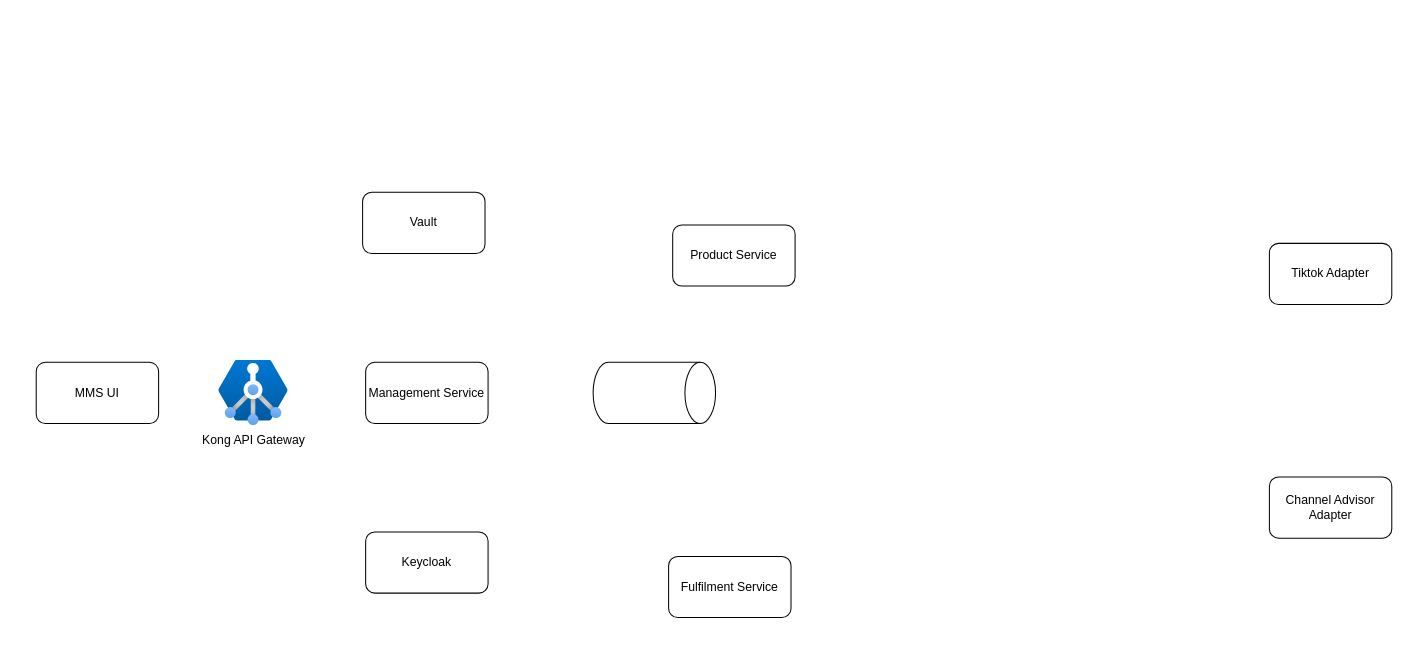
Above: page "Page-16" (16 of 16) of hibernate.drawio in minhtran-q/hibernate-knowledge (draw.io), before the change. Source tidied: cells renumbered, new cells numbered last; positions are measured from the earlier drawing's top-left corner, leaving out a move shared by most shapes. Both pictures are drawn from the tidied source at 102%, with x=0, y=0 at pixel (36, 192).
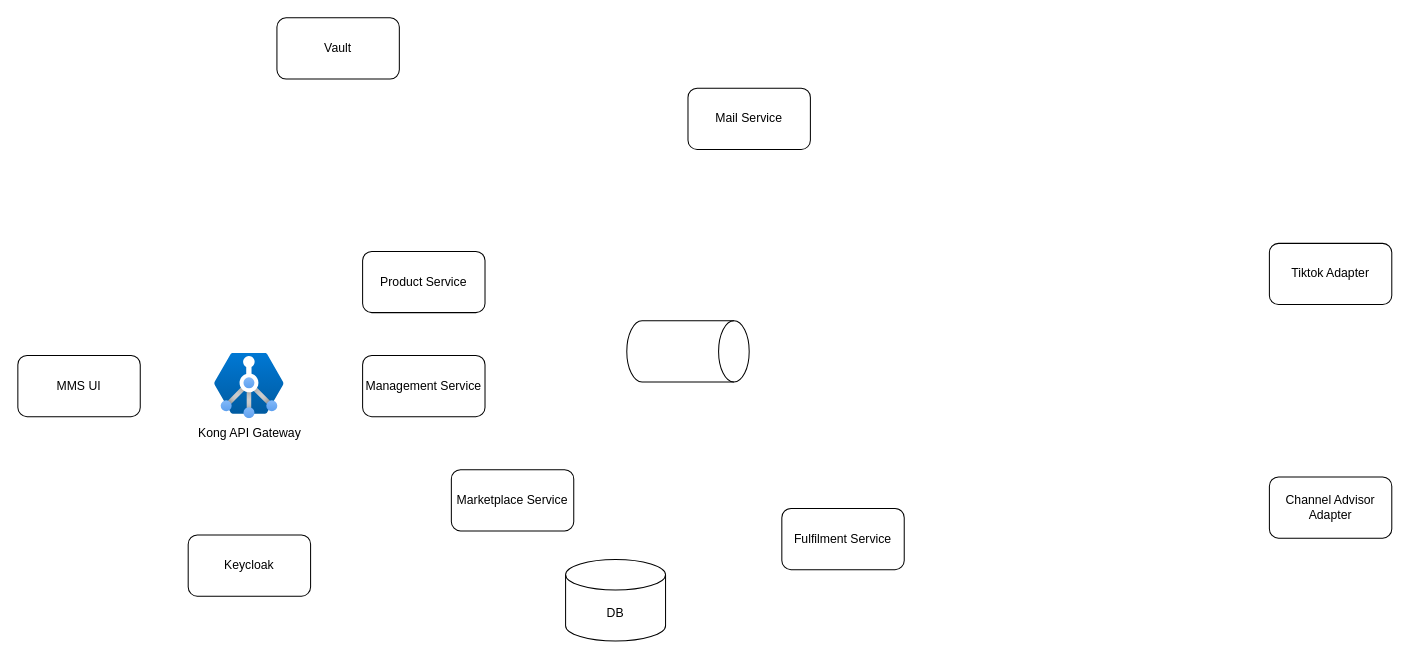
The same diagram, later.

Change to the diagram source:
```diff
@@
 <mxGraphModel>
   <root>
     <mxCell id="0" />
     <mxCell id="1" parent="0" />
     <mxCell id="2" value="Tiktok Adapter" style="rounded=1;whiteSpace=wrap;html=1;" parent="1" vertex="1">
       <mxGeometry x="1209" y="50.1" width="120" height="60" as="geometry" />
     </mxCell>
     <mxCell id="3" value="Channel Advisor Adapter" style="rounded=1;whiteSpace=wrap;html=1;" parent="1" vertex="1">
       <mxGeometry x="1209" y="279.1" width="120" height="60" as="geometry" />
     </mxCell>
     <mxCell id="4" style="shape=cylinder3;whiteSpace=wrap;html=1;boundedLbl=1;backgroundOutline=1;size=15;rotation=90;" parent="1" vertex="1">
-      <mxGeometry x="576" y="136.7" width="60" height="120" as="geometry" />
+      <mxGeometry x="609" y="96" width="60" height="120" as="geometry" />
     </mxCell>
     <mxCell id="5" value="MMS UI" style="rounded=1;whiteSpace=wrap;html=1;" parent="1" vertex="1">
-      <mxGeometry y="166.7" width="120" height="60" as="geometry" />
+      <mxGeometry x="-18" y="160" width="120" height="60" as="geometry" />
     </mxCell>
     <mxCell id="6" value="Kong API Gateway" style="image;html=1;align=center;fontSize=12;image=img/lib/azure2/networking/Application_Gateway_Containers.svg;" parent="1" vertex="1">
-      <mxGeometry x="179" y="164.6" width="68" height="64.2" as="geometry" />
+      <mxGeometry x="175" y="157.9" width="68" height="64.2" as="geometry" />
     </mxCell>
     <mxCell id="7" value="Product Service" style="rounded=1;whiteSpace=wrap;html=1;" parent="1" vertex="1">
-      <mxGeometry x="624" y="32" width="120" height="60" as="geometry" />
+      <mxGeometry x="320" y="58" width="120" height="60" as="geometry" />
     </mxCell>
     <mxCell id="8" value="Keycloak" style="rounded=1;whiteSpace=wrap;html=1;" parent="1" vertex="1">
-      <mxGeometry x="323" y="333" width="120" height="60" as="geometry" />
+      <mxGeometry x="149" y="336" width="120" height="60" as="geometry" />
     </mxCell>
     <mxCell id="9" value="&lt;span&gt;&lt;span dir=&quot;ltr&quot; class=&quot;ui-provider a b c d e f g h i j k l m n o p q r s t u v w x y z ab ac ae af ag ah ai aj ak&quot;&gt;Fulfilment Service&lt;/span&gt;&lt;/span&gt;" style="rounded=1;whiteSpace=wrap;html=1;" parent="1" vertex="1">
-      <mxGeometry x="620" y="357" width="120" height="60" as="geometry" />
+      <mxGeometry x="731" y="310" width="120" height="60" as="geometry" />
     </mxCell>
     <mxCell id="10" value="Vault" style="rounded=1;whiteSpace=wrap;html=1;" parent="1" vertex="1">
-      <mxGeometry x="320" width="120" height="60" as="geometry" />
+      <mxGeometry x="236" y="-171" width="120" height="60" as="geometry" />
     </mxCell>
     <mxCell id="11" value="Management Service" style="rounded=1;whiteSpace=wrap;html=1;" parent="1" vertex="1">
-      <mxGeometry x="323" y="166.7" width="120" height="60" as="geometry" />
+      <mxGeometry x="320" y="160" width="120" height="60" as="geometry" />
     </mxCell>
+    <mxCell id="12" value="&lt;span&gt;&lt;span dir=&quot;ltr&quot; class=&quot;ui-provider a b c d e f g h i j k l m n o p q r s t u v w x y z ab ac ae af ag ah ai aj ak&quot;&gt;Mail Service&lt;/span&gt;&lt;/span&gt;" style="rounded=1;whiteSpace=wrap;html=1;" parent="1" vertex="1">
+      <mxGeometry x="639" y="-102" width="120" height="60" as="geometry" />
+    </mxCell>
+    <mxCell id="13" value="&lt;span&gt;&lt;span dir=&quot;ltr&quot; class=&quot;ui-provider a b c d e f g h i j k l m n o p q r s t u v w x y z ab ac ae af ag ah ai aj ak&quot;&gt;Marketplace Service&lt;/span&gt;&lt;/span&gt;" style="rounded=1;whiteSpace=wrap;html=1;" parent="1" vertex="1">
+      <mxGeometry x="407" y="272" width="120" height="60" as="geometry" />
+    </mxCell>
+    <mxCell id="14" value="DB" style="shape=cylinder3;whiteSpace=wrap;html=1;boundedLbl=1;backgroundOutline=1;size=15;" parent="1" vertex="1">
+      <mxGeometry x="519" y="360" width="98" height="80" as="geometry" />
+    </mxCell>
   </root>
 </mxGraphModel>
```
